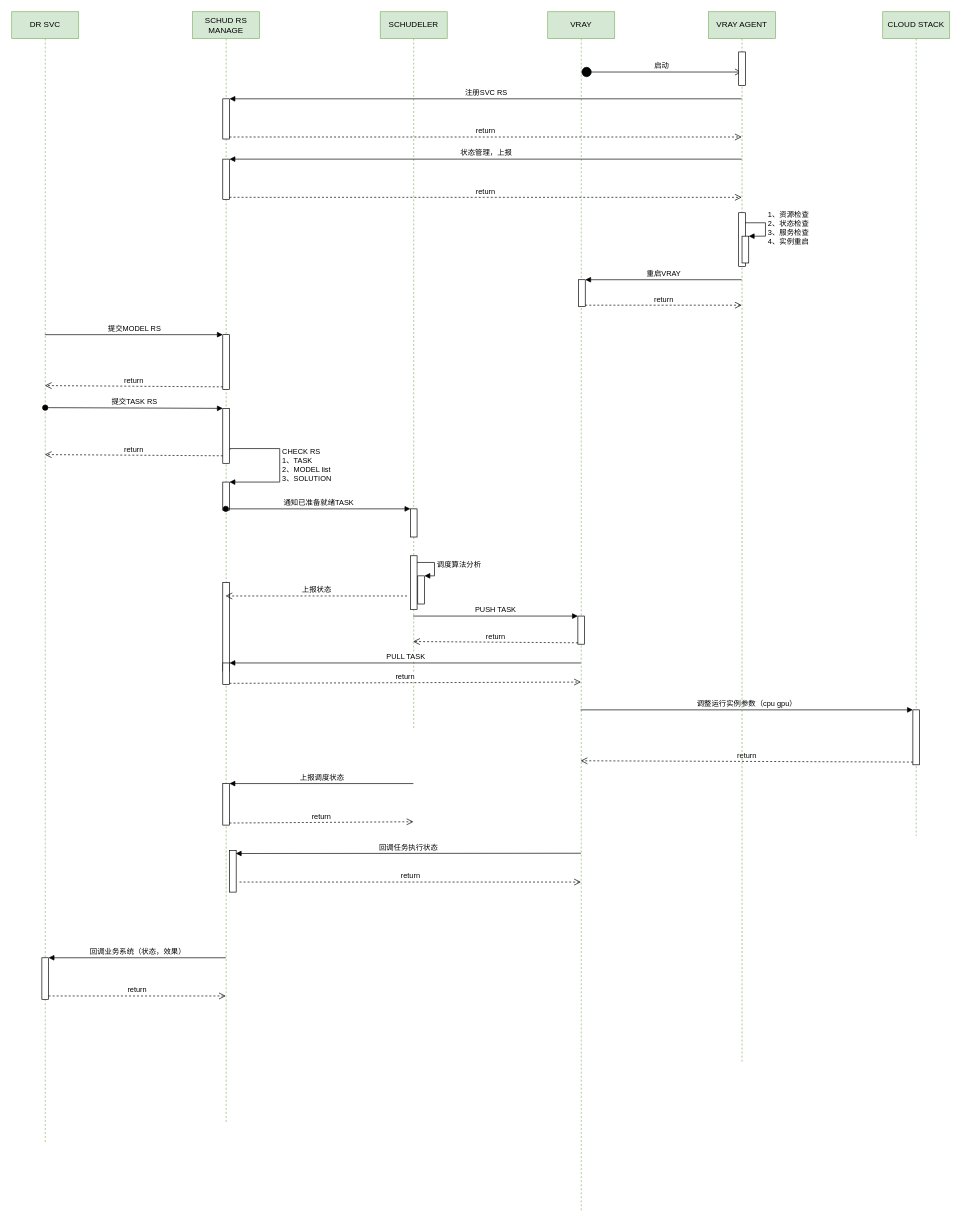
Msimplehub/abbysun keeps this draw.io diagram as 平台2.0/云渲染调度时序图.drawio. Above is the earlier version. Source tidied: cells renumbered, new cells numbered last; positions are measured from the earlier drawing's top-left corner, leaving out a move shared by most shapes. Both pictures are drawn from the tidied source at 67%, with x=0, y=0 at pixel (11, 11).
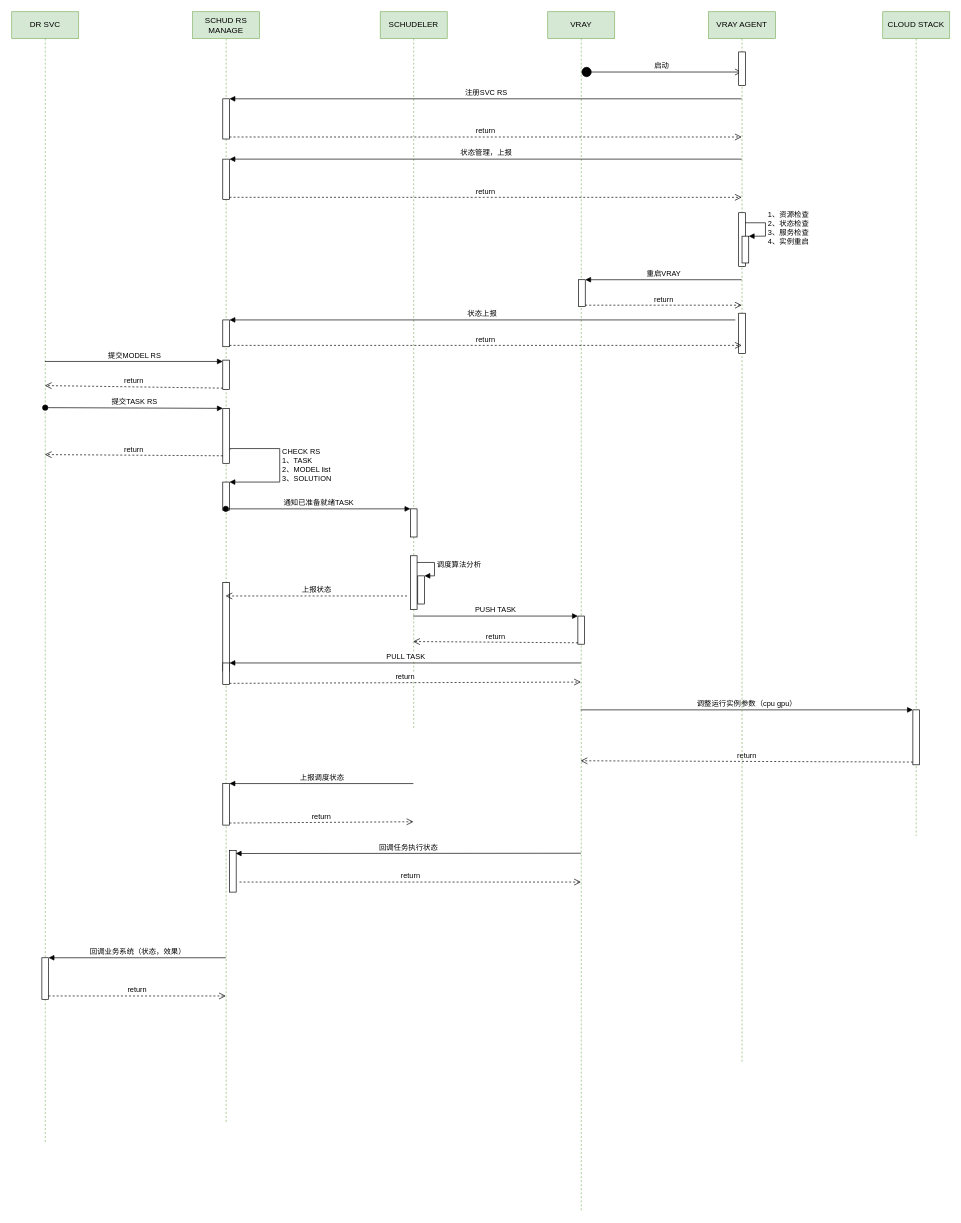
The same page after the edit.

Commit message (it also covers changes not shown here):
Update 云渲染调度时序图.drawio

Unchanged cells that the change refers to:
```xml
<mxCell id="4" value="SCHUD RS MANAGE" style="shape=umlLifeline;perimeter=lifelinePerimeter;whiteSpace=wrap;html=1;fillColor=#d5e8d4;strokeColor=#82b366;" parent="1" vertex="1">
  <mxGeometry x="270" width="100" height="1660" as="geometry" />
</mxCell>
<mxCell id="46" value="VRAY AGENT" style="shape=umlLifeline;perimeter=lifelinePerimeter;whiteSpace=wrap;html=1;outlineConnect=0;fillColor=#d5e8d4;strokeColor=#82b366;" parent="1" vertex="1">
  <mxGeometry x="1040" width="100" height="1570" as="geometry" />
</mxCell>
```

The edit, as a diff of the source:
```diff
@@
     <mxCell id="7" style="html=1;points=[];perimeter=orthogonalPerimeter;" parent="4" vertex="1">
-      <mxGeometry x="45" y="482" width="10" height="82" as="geometry" />
+      <mxGeometry x="45" y="520" width="10" height="44" as="geometry" />
     </mxCell>
@@
+    <mxCell id="55" style="html=1;points=[];perimeter=orthogonalPerimeter;" parent="4" vertex="1">
+      <mxGeometry x="45" y="460" width="10" height="40" as="geometry" />
+    </mxCell>
@@
-    <mxCell id="29" value="提交MODEL RS" style="html=1;verticalAlign=bottom;endArrow=block;entryX=0;entryY=0;rounded=0;" parent="1" edge="1" target="7">
+    <mxCell id="29" value="提交MODEL RS" style="html=1;verticalAlign=bottom;endArrow=block;entryX=0;entryY=0;rounded=0;" parent="1" edge="1">
       <mxGeometry relative="1" as="geometry">
-        <mxPoint x="49.5" y="482" as="sourcePoint" />
+        <mxPoint x="49.5" y="522" as="sourcePoint" />
+        <mxPoint x="315" y="522" as="targetPoint" />
       </mxGeometry>
     </mxCell>
@@
+    <mxCell id="56" style="html=1;perimeter=orthogonalPerimeter;" parent="46" vertex="1">
+      <mxGeometry x="45" y="450" width="10" height="60" as="geometry" />
+    </mxCell>
@@
+    <mxCell id="57" value="状态上报" style="html=1;verticalAlign=bottom;endArrow=block;entryX=1;entryY=0;rounded=0;" parent="1" edge="1" target="55">
+      <mxGeometry relative="1" as="geometry">
+        <mxPoint x="1080" y="460" as="sourcePoint" />
+      </mxGeometry>
+    </mxCell>
+    <mxCell id="58" value="return" style="html=1;verticalAlign=bottom;endArrow=open;dashed=1;endSize=8;exitX=1;exitY=0.95;rounded=0;" parent="1" edge="1" source="55" target="46">
+      <mxGeometry relative="1" as="geometry" />
+    </mxCell>
```
